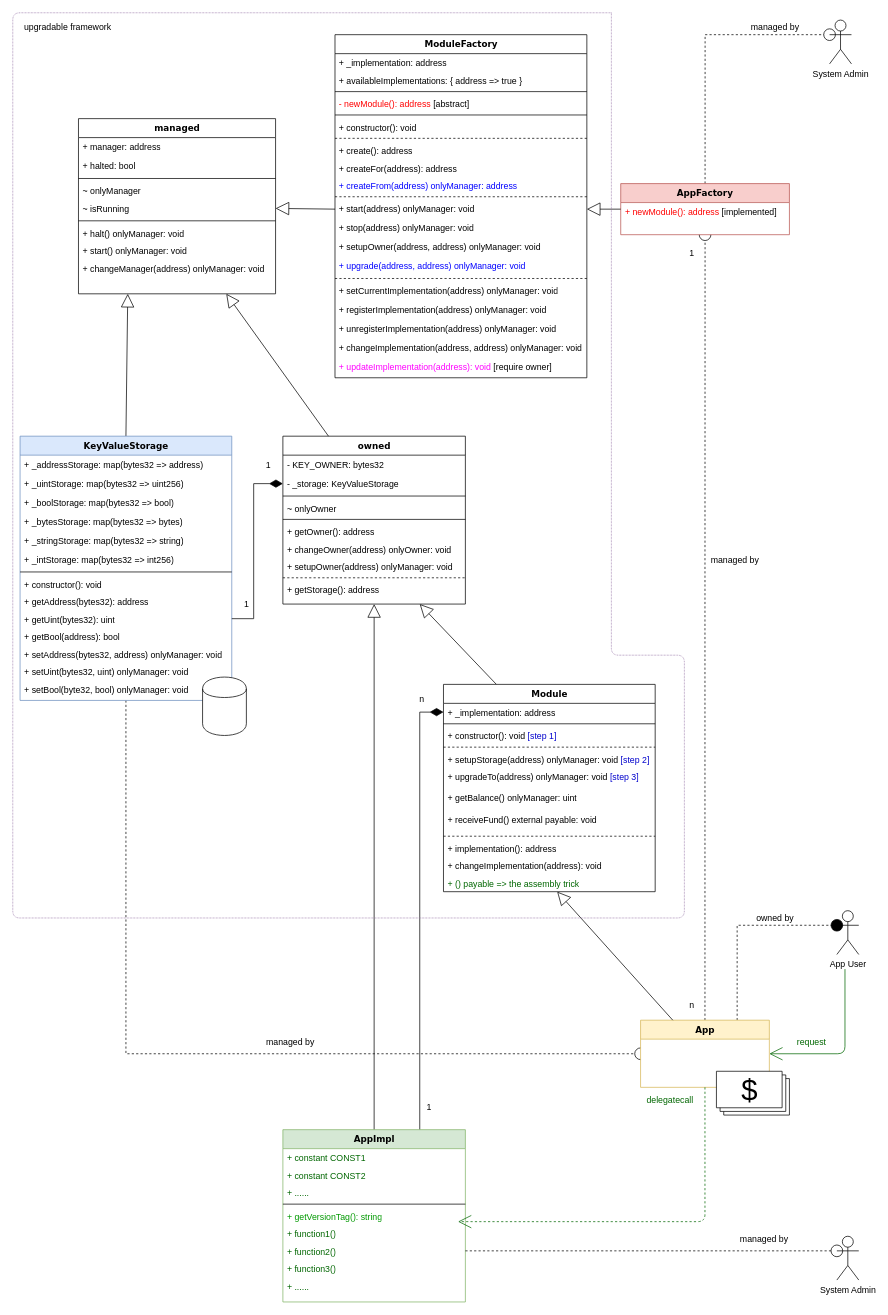
This is blockchain/ethereum/upgradable-contract/UpgradableContracts4.drawio from hmisty/coding, a draw.io file, before an edit. Source tidied: cells renumbered, new cells numbered last; positions are measured from the earlier drawing's top-left corner, leaving out a move shared by most shapes. Both pictures are drawn from the tidied source at 73%, with x=0, y=0 at pixel (12, 12).
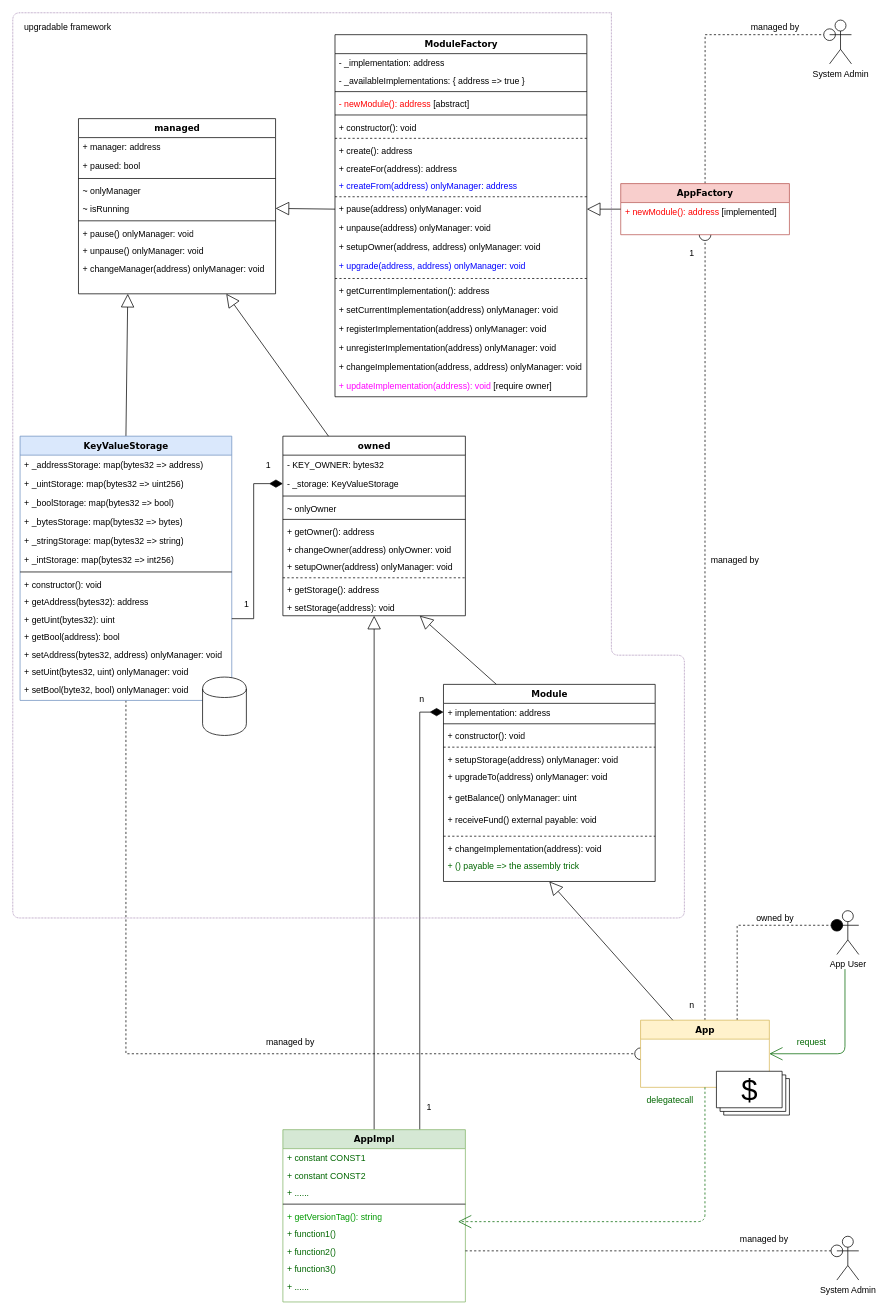
The same diagram, later.

Unchanged cells that the change refers to:
```xml
<mxCell id="2" value="managed" style="swimlane;html=1;fontStyle=1;align=center;verticalAlign=top;horizontal=1;startSize=26;swimlaneFillColor=#ffffff;rounded=0;shadow=0;comic=0;labelBackgroundColor=none;strokeWidth=1;fillColor=none;fontFamily=Verdana;fontSize=12;" parent="1" vertex="1">
  <mxGeometry x="90" y="145" width="270" height="240" as="geometry" />
</mxCell>
<mxCell id="45" value="App" style="swimlane;html=1;fontStyle=1;align=center;verticalAlign=top;horizontal=1;startSize=26;swimlaneFillColor=#ffffff;rounded=0;shadow=0;comic=0;labelBackgroundColor=none;strokeWidth=1;fillColor=#fff2cc;fontFamily=Verdana;fontSize=12;strokeColor=#d6b656;" parent="1" vertex="1">
  <mxGeometry x="860" y="1380" width="176.4" height="92" as="geometry" />
</mxCell>
```

Change to the diagram source:
```diff
@@
-    <mxCell id="4" value="+ halted: bool" style="text;html=1;strokeColor=none;fillColor=none;align=left;verticalAlign=top;spacingLeft=4;spacingRight=4;whiteSpace=wrap;overflow=hidden;" parent="2" vertex="1">
+    <mxCell id="4" value="+ paused: bool" style="text;html=1;strokeColor=none;fillColor=none;align=left;verticalAlign=top;spacingLeft=4;spacingRight=4;whiteSpace=wrap;overflow=hidden;" parent="2" vertex="1">
       <mxGeometry y="52" width="270" height="26" as="geometry" />
     </mxCell>
@@
-    <mxCell id="9" value="+ halt() onlyManager: void" style="text;html=1;strokeColor=none;fillColor=none;align=left;verticalAlign=top;spacingLeft=4;spacingRight=4;whiteSpace=wrap;overflow=hidden;" parent="2" vertex="1">
+    <mxCell id="9" value="+ pause() onlyManager: void" style="text;html=1;strokeColor=none;fillColor=none;align=left;verticalAlign=top;spacingLeft=4;spacingRight=4;whiteSpace=wrap;overflow=hidden;" parent="2" vertex="1">
       <mxGeometry y="144" width="270" height="24" as="geometry" />
     </mxCell>
-    <mxCell id="10" value="+ start() onlyManager: void" style="text;html=1;strokeColor=none;fillColor=none;align=left;verticalAlign=top;spacingLeft=4;spacingRight=4;whiteSpace=wrap;overflow=hidden;" parent="2" vertex="1">
+    <mxCell id="10" value="+ unpause() onlyManager: void" style="text;html=1;strokeColor=none;fillColor=none;align=left;verticalAlign=top;spacingLeft=4;spacingRight=4;whiteSpace=wrap;overflow=hidden;" parent="2" vertex="1">
       <mxGeometry y="168" width="270" height="24" as="geometry" />
     </mxCell>
@@
     <mxCell id="13" value="owned" style="swimlane;html=1;fontStyle=1;align=center;verticalAlign=top;horizontal=1;startSize=26;swimlaneFillColor=#ffffff;rounded=0;shadow=0;comic=0;labelBackgroundColor=none;strokeWidth=1;fillColor=none;fontFamily=Verdana;fontSize=12;" parent="1" vertex="1">
-      <mxGeometry x="370" y="580" width="250" height="230" as="geometry" />
+      <mxGeometry x="370" y="580" width="250" height="246" as="geometry" />
     </mxCell>
@@
+    <mxCell id="123" value="+ setStorage(address): void" style="text;html=1;strokeColor=none;fillColor=none;align=left;verticalAlign=top;spacingLeft=4;spacingRight=4;whiteSpace=wrap;overflow=hidden;" parent="13" vertex="1">
+      <mxGeometry y="222" width="250" height="24" as="geometry" />
+    </mxCell>
@@
     <mxCell id="84" value="Module" style="swimlane;html=1;fontStyle=1;align=center;verticalAlign=top;horizontal=1;startSize=26;swimlaneFillColor=#ffffff;rounded=0;shadow=0;comic=0;labelBackgroundColor=none;strokeWidth=1;fontFamily=Verdana;fontSize=12;" parent="1" vertex="1">
-      <mxGeometry x="590" y="920" width="290" height="284" as="geometry" />
+      <mxGeometry x="590" y="920" width="290" height="270" as="geometry" />
     </mxCell>
-    <mxCell id="85" value="+ _implementation: address" style="text;html=1;strokeColor=none;fillColor=none;align=left;verticalAlign=top;spacingLeft=4;spacingRight=4;whiteSpace=wrap;overflow=hidden;points=[[0,0.5],[1,0.5]];portConstraint=eastwest;" parent="84" vertex="1">
+    <mxCell id="85" value="+ implementation: address" style="text;html=1;strokeColor=none;fillColor=none;align=left;verticalAlign=top;spacingLeft=4;spacingRight=4;whiteSpace=wrap;overflow=hidden;points=[[0,0.5],[1,0.5]];portConstraint=eastwest;" parent="84" vertex="1">
       <mxGeometry y="26" width="290" height="24" as="geometry" />
     </mxCell>
@@
-    <mxCell id="87" value="+ constructor(): void &lt;font color=&quot;#0000cc&quot;&gt;[step 1]&lt;/font&gt;" style="text;html=1;strokeColor=none;fillColor=none;align=left;verticalAlign=top;spacingLeft=4;spacingRight=4;whiteSpace=wrap;overflow=hidden;" parent="84" vertex="1">
+    <mxCell id="87" value="+ constructor(): void" style="text;html=1;strokeColor=none;fillColor=none;align=left;verticalAlign=top;spacingLeft=4;spacingRight=4;whiteSpace=wrap;overflow=hidden;" parent="84" vertex="1">
       <mxGeometry y="58" width="290" height="24" as="geometry" />
     </mxCell>
@@
-    <mxCell id="89" value="+ setupStorage(address) onlyManager: void &lt;font color=&quot;#0000cc&quot;&gt;[step 2]&lt;/font&gt;" style="text;html=1;strokeColor=none;fillColor=none;align=left;verticalAlign=top;spacingLeft=4;spacingRight=4;whiteSpace=wrap;overflow=hidden;" parent="84" vertex="1">
+    <mxCell id="89" value="+ setupStorage(address) onlyManager: void" style="text;html=1;strokeColor=none;fillColor=none;align=left;verticalAlign=top;spacingLeft=4;spacingRight=4;whiteSpace=wrap;overflow=hidden;" parent="84" vertex="1">
       <mxGeometry y="90" width="290" height="24" as="geometry" />
     </mxCell>
-    <mxCell id="90" value="+ upgradeTo(address) onlyManager: void &lt;font color=&quot;#0000cc&quot;&gt;[step 3]&lt;/font&gt;" style="text;html=1;strokeColor=none;fillColor=none;align=left;verticalAlign=top;spacingLeft=4;spacingRight=4;whiteSpace=wrap;overflow=hidden;" parent="84" vertex="1">
+    <mxCell id="90" value="+ upgradeTo(address) onlyManager: void" style="text;html=1;strokeColor=none;fillColor=none;align=left;verticalAlign=top;spacingLeft=4;spacingRight=4;whiteSpace=wrap;overflow=hidden;" parent="84" vertex="1">
       <mxGeometry y="114" width="290" height="28" as="geometry" />
     </mxCell>
@@
-    <mxCell id="94" value="+ implementation(): address" style="text;html=1;strokeColor=none;fillColor=none;align=left;verticalAlign=top;spacingLeft=4;spacingRight=4;whiteSpace=wrap;overflow=hidden;fontColor=#000000;" parent="84" vertex="1">
-      <mxGeometry y="212" width="290" height="24" as="geometry" />
-    </mxCell>
     <mxCell id="95" value="+ changeImplementation(address): void" style="text;html=1;strokeColor=none;fillColor=none;align=left;verticalAlign=top;spacingLeft=4;spacingRight=4;whiteSpace=wrap;overflow=hidden;fontColor=#000000;" parent="84" vertex="1">
-      <mxGeometry y="236" width="290" height="24" as="geometry" />
+      <mxGeometry y="212" width="290" height="24" as="geometry" />
     </mxCell>
     <mxCell id="96" value="&lt;font color=&quot;#006600&quot;&gt;+ () payable =&amp;gt; the assembly trick&lt;/font&gt;" style="text;html=1;strokeColor=none;fillColor=none;align=left;verticalAlign=top;spacingLeft=4;spacingRight=4;whiteSpace=wrap;overflow=hidden;points=[[0,0.5],[1,0.5]];portConstraint=eastwest;fontColor=#EA6B66;" parent="84" vertex="1">
-      <mxGeometry y="260" width="290" height="24" as="geometry" />
+      <mxGeometry y="236" width="290" height="24" as="geometry" />
     </mxCell>
-    <mxCell id="97" style="rounded=0;jettySize=auto;html=1;exitX=0.25;exitY=0;exitDx=0;exitDy=0;startSize=16;endArrow=block;endFill=0;endSize=16;" parent="1" edge="1" source="45" target="96">
+    <mxCell id="97" style="rounded=0;jettySize=auto;html=1;exitX=0.25;exitY=0;exitDx=0;exitDy=0;startSize=16;endArrow=block;endFill=0;endSize=16;entryX=0.5;entryY=1;entryDx=0;entryDy=0;" parent="1" edge="1" source="45" target="84">
       <mxGeometry relative="1" as="geometry" />
     </mxCell>
     <mxCell id="98" value="ModuleFactory" style="swimlane;html=1;fontStyle=1;align=center;verticalAlign=top;horizontal=1;startSize=26;swimlaneFillColor=#ffffff;rounded=0;shadow=0;comic=0;labelBackgroundColor=none;strokeWidth=1;fontFamily=Verdana;fontSize=12;" parent="1" vertex="1">
-      <mxGeometry x="441.4" y="30" width="345" height="470" as="geometry" />
+      <mxGeometry x="441.4" y="30" width="345" height="496" as="geometry" />
     </mxCell>
-    <mxCell id="99" value="+ _implementation: address" style="text;html=1;strokeColor=none;fillColor=none;align=left;verticalAlign=top;spacingLeft=4;spacingRight=4;whiteSpace=wrap;overflow=hidden;" parent="98" vertex="1">
+    <mxCell id="99" value="- _implementation: address" style="text;html=1;strokeColor=none;fillColor=none;align=left;verticalAlign=top;spacingLeft=4;spacingRight=4;whiteSpace=wrap;overflow=hidden;" parent="98" vertex="1">
       <mxGeometry y="26" width="345" height="24" as="geometry" />
     </mxCell>
-    <mxCell id="100" value="+ availableImplementations: { address =&amp;gt; true }" style="text;html=1;strokeColor=none;fillColor=none;align=left;verticalAlign=top;spacingLeft=4;spacingRight=4;whiteSpace=wrap;overflow=hidden;" parent="98" vertex="1">
+    <mxCell id="100" value="- _availableImplementations: { address =&amp;gt; true }" style="text;html=1;strokeColor=none;fillColor=none;align=left;verticalAlign=top;spacingLeft=4;spacingRight=4;whiteSpace=wrap;overflow=hidden;" parent="98" vertex="1">
       <mxGeometry y="50" width="345" height="24" as="geometry" />
     </mxCell>
@@
-    <mxCell id="110" value="+ start(address) onlyManager: void" style="text;html=1;strokeColor=none;fillColor=none;align=left;verticalAlign=top;spacingLeft=4;spacingRight=4;whiteSpace=wrap;overflow=hidden;points=[[0,0.5],[1,0.5]];portConstraint=eastwest;" parent="98" vertex="1">
+    <mxCell id="110" value="+ pause(address) onlyManager: void" style="text;html=1;strokeColor=none;fillColor=none;align=left;verticalAlign=top;spacingLeft=4;spacingRight=4;whiteSpace=wrap;overflow=hidden;points=[[0,0.5],[1,0.5]];portConstraint=eastwest;" parent="98" vertex="1">
       <mxGeometry y="226" width="345" height="26" as="geometry" />
     </mxCell>
-    <mxCell id="111" value="+ stop(address) onlyManager: void" style="text;html=1;strokeColor=none;fillColor=none;align=left;verticalAlign=top;spacingLeft=4;spacingRight=4;whiteSpace=wrap;overflow=hidden;" parent="98" vertex="1">
+    <mxCell id="111" value="+ unpause(address) onlyManager: void" style="text;html=1;strokeColor=none;fillColor=none;align=left;verticalAlign=top;spacingLeft=4;spacingRight=4;whiteSpace=wrap;overflow=hidden;" parent="98" vertex="1">
       <mxGeometry y="252" width="345" height="26" as="geometry" />
     </mxCell>
@@
-    <mxCell id="115" value="+ setCurrentImplementation(address) onlyManager: void" style="text;html=1;strokeColor=none;fillColor=none;align=left;verticalAlign=top;spacingLeft=4;spacingRight=4;whiteSpace=wrap;overflow=hidden;" parent="98" vertex="1">
+    <mxCell id="115" value="+ getCurrentImplementation(): address" style="text;html=1;strokeColor=none;fillColor=none;align=left;verticalAlign=top;spacingLeft=4;spacingRight=4;whiteSpace=wrap;overflow=hidden;" parent="98" vertex="1">
       <mxGeometry y="338" width="345" height="26" as="geometry" />
     </mxCell>
+    <mxCell id="124" value="+ setCurrentImplementation(address) onlyManager: void" style="text;html=1;strokeColor=none;fillColor=none;align=left;verticalAlign=top;spacingLeft=4;spacingRight=4;whiteSpace=wrap;overflow=hidden;" parent="98" vertex="1">
+      <mxGeometry y="364" width="345" height="26" as="geometry" />
+    </mxCell>
     <mxCell id="116" value="+ registerImplementation(address) onlyManager: void" style="text;html=1;strokeColor=none;fillColor=none;align=left;verticalAlign=top;spacingLeft=4;spacingRight=4;whiteSpace=wrap;overflow=hidden;" parent="98" vertex="1">
-      <mxGeometry y="364" width="345" height="26" as="geometry" />
+      <mxGeometry y="390" width="345" height="26" as="geometry" />
     </mxCell>
     <mxCell id="117" value="+ unregisterImplementation(address) onlyManager: void" style="text;html=1;strokeColor=none;fillColor=none;align=left;verticalAlign=top;spacingLeft=4;spacingRight=4;whiteSpace=wrap;overflow=hidden;" parent="98" vertex="1">
-      <mxGeometry y="390" width="345" height="26" as="geometry" />
+      <mxGeometry y="416" width="345" height="26" as="geometry" />
     </mxCell>
     <mxCell id="118" value="+ changeImplementation(address, address) onlyManager: void" style="text;html=1;strokeColor=none;fillColor=none;align=left;verticalAlign=top;spacingLeft=4;spacingRight=4;whiteSpace=wrap;overflow=hidden;fontColor=#000000;" parent="98" vertex="1">
-      <mxGeometry y="416" width="345" height="26" as="geometry" />
+      <mxGeometry y="442" width="345" height="26" as="geometry" />
     </mxCell>
     <mxCell id="119" value="&lt;font color=&quot;#ff00ff&quot;&gt;+ updateImplementation(address): void&lt;/font&gt; &lt;font color=&quot;#000000&quot;&gt;[require owner]&lt;/font&gt;" style="text;html=1;strokeColor=none;fillColor=none;align=left;verticalAlign=top;spacingLeft=4;spacingRight=4;whiteSpace=wrap;overflow=hidden;fontColor=#0000FF;" parent="98" vertex="1">
-      <mxGeometry y="442" width="345" height="28" as="geometry" />
+      <mxGeometry y="468" width="345" height="28" as="geometry" />
     </mxCell>
```
